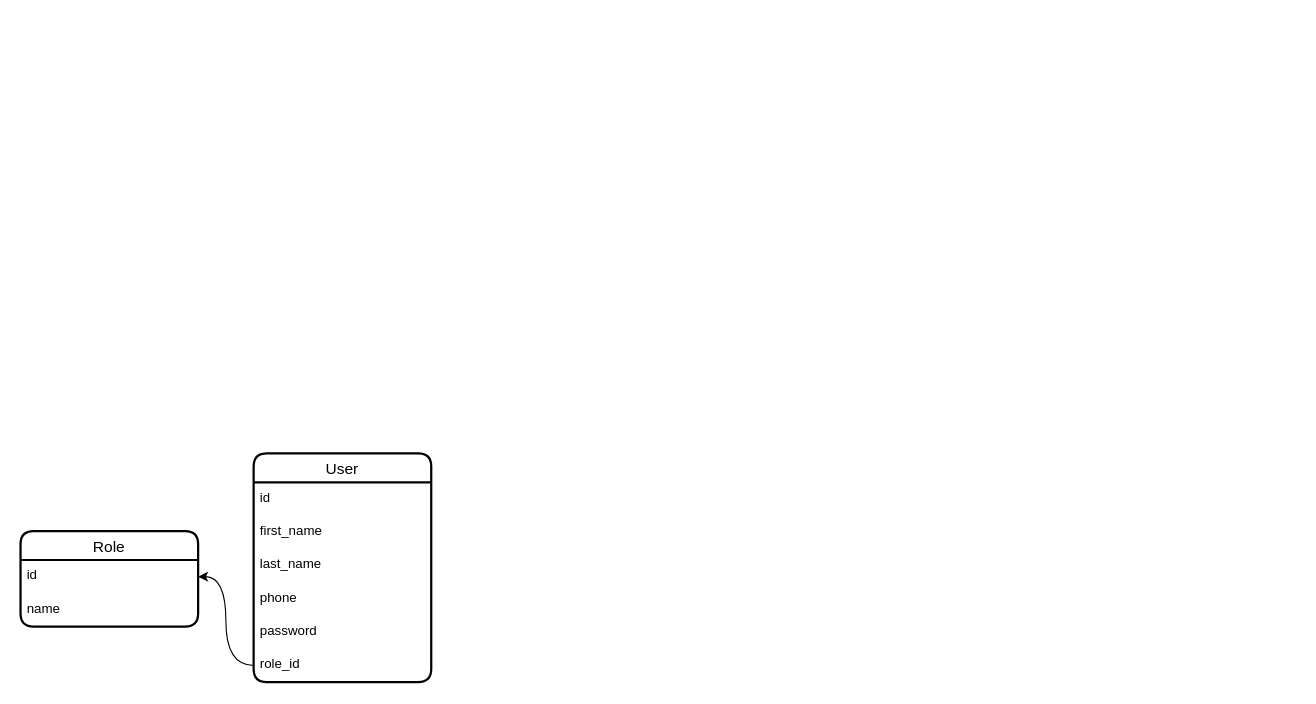
Before: karsoft-learning-platform.drawio in iztileuoff/databases, a draw.io diagram. Source tidied: cells renumbered, new cells numbered last; positions are measured from the earlier drawing's top-left corner, leaving out a move shared by most shapes. Both pictures are drawn from the tidied source at 111%, with x=0, y=0 at pixel (20, 453).
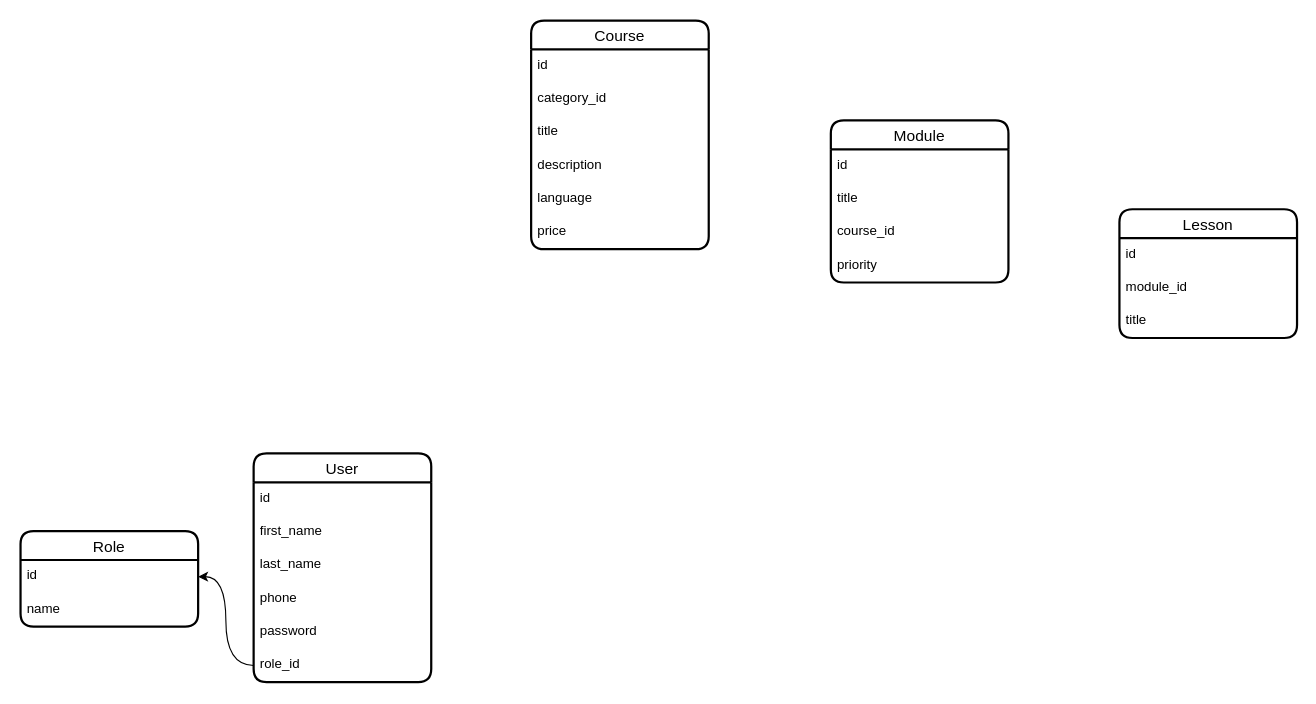
The same page after the edit.

The edit, as a diff of the source:
```diff
@@
+    <mxCell id="13" value="Course" style="swimlane;fontStyle=0;horizontal=1;startSize=26;align=center;fontSize=14;strokeWidth=2;rounded=1;shadow=0;glass=0;swimlaneLine=1;" parent="1" vertex="1">
+      <mxGeometry x="460" y="-390" width="160" height="206" as="geometry" />
+    </mxCell>
+    <mxCell id="14" value="id" style="text;strokeColor=none;fillColor=none;spacingLeft=4;spacingRight=4;overflow=hidden;fontSize=12;whiteSpace=wrap;html=1;" parent="13" vertex="1">
+      <mxGeometry y="26" width="160" height="30" as="geometry" />
+    </mxCell>
+    <mxCell id="15" value="category_id" style="text;strokeColor=none;fillColor=none;spacingLeft=4;spacingRight=4;overflow=hidden;fontSize=12;whiteSpace=wrap;html=1;" parent="13" vertex="1">
+      <mxGeometry y="56" width="160" height="30" as="geometry" />
+    </mxCell>
+    <mxCell id="16" value="title" style="text;strokeColor=none;fillColor=none;spacingLeft=4;spacingRight=4;overflow=hidden;fontSize=12;whiteSpace=wrap;html=1;" parent="13" vertex="1">
+      <mxGeometry y="86" width="160" height="30" as="geometry" />
+    </mxCell>
+    <mxCell id="17" value="description" style="text;strokeColor=none;fillColor=none;spacingLeft=4;spacingRight=4;overflow=hidden;fontSize=12;whiteSpace=wrap;html=1;" parent="13" vertex="1">
+      <mxGeometry y="116" width="160" height="30" as="geometry" />
+    </mxCell>
+    <mxCell id="18" value="language" style="text;strokeColor=none;fillColor=none;spacingLeft=4;spacingRight=4;overflow=hidden;fontSize=12;whiteSpace=wrap;html=1;" parent="13" vertex="1">
+      <mxGeometry y="146" width="160" height="30" as="geometry" />
+    </mxCell>
+    <mxCell id="19" value="price" style="text;strokeColor=none;fillColor=none;spacingLeft=4;spacingRight=4;overflow=hidden;fontSize=12;whiteSpace=wrap;html=1;" parent="13" vertex="1">
+      <mxGeometry y="176" width="160" height="30" as="geometry" />
+    </mxCell>
+    <mxCell id="20" value="Module" style="swimlane;fontStyle=0;horizontal=1;startSize=26;align=center;fontSize=14;strokeWidth=2;rounded=1;shadow=0;glass=0;swimlaneLine=1;" parent="1" vertex="1">
+      <mxGeometry x="730" y="-300" width="160" height="146" as="geometry" />
+    </mxCell>
+    <mxCell id="21" value="id" style="text;strokeColor=none;fillColor=none;spacingLeft=4;spacingRight=4;overflow=hidden;fontSize=12;whiteSpace=wrap;html=1;" parent="20" vertex="1">
+      <mxGeometry y="26" width="160" height="30" as="geometry" />
+    </mxCell>
+    <mxCell id="22" value="title" style="text;strokeColor=none;fillColor=none;spacingLeft=4;spacingRight=4;overflow=hidden;fontSize=12;whiteSpace=wrap;html=1;" parent="20" vertex="1">
+      <mxGeometry y="56" width="160" height="30" as="geometry" />
+    </mxCell>
+    <mxCell id="23" value="course_id" style="text;strokeColor=none;fillColor=none;spacingLeft=4;spacingRight=4;overflow=hidden;fontSize=12;whiteSpace=wrap;html=1;" parent="20" vertex="1">
+      <mxGeometry y="86" width="160" height="30" as="geometry" />
+    </mxCell>
+    <mxCell id="24" value="priority" style="text;strokeColor=none;fillColor=none;spacingLeft=4;spacingRight=4;overflow=hidden;fontSize=12;whiteSpace=wrap;html=1;" parent="20" vertex="1">
+      <mxGeometry y="116" width="160" height="30" as="geometry" />
+    </mxCell>
+    <mxCell id="25" value="Lesson" style="swimlane;fontStyle=0;horizontal=1;startSize=26;align=center;fontSize=14;strokeWidth=2;rounded=1;shadow=0;glass=0;swimlaneLine=1;" parent="1" vertex="1">
+      <mxGeometry x="990" y="-220" width="160" height="116" as="geometry" />
+    </mxCell>
+    <mxCell id="26" value="id" style="text;strokeColor=none;fillColor=none;spacingLeft=4;spacingRight=4;overflow=hidden;fontSize=12;whiteSpace=wrap;html=1;" parent="25" vertex="1">
+      <mxGeometry y="26" width="160" height="30" as="geometry" />
+    </mxCell>
+    <mxCell id="27" value="module_id" style="text;strokeColor=none;fillColor=none;spacingLeft=4;spacingRight=4;overflow=hidden;fontSize=12;whiteSpace=wrap;html=1;" parent="25" vertex="1">
+      <mxGeometry y="56" width="160" height="30" as="geometry" />
+    </mxCell>
+    <mxCell id="28" value="title" style="text;strokeColor=none;fillColor=none;spacingLeft=4;spacingRight=4;overflow=hidden;fontSize=12;whiteSpace=wrap;html=1;" parent="25" vertex="1">
+      <mxGeometry y="86" width="160" height="30" as="geometry" />
+    </mxCell>
```
